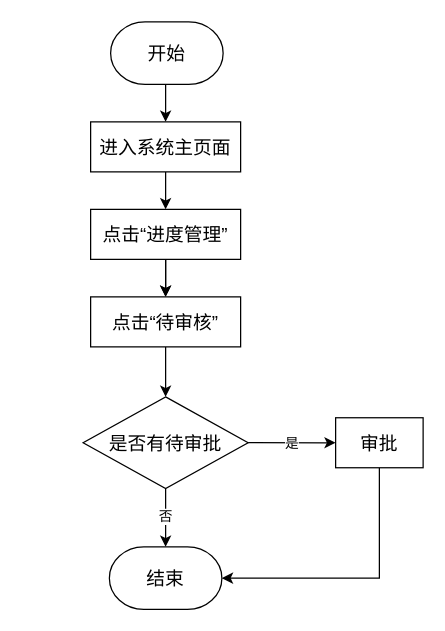
Above: 进度管理流程图.drawio in Sequin-hdd/COINFO (draw.io), before the change. Source tidied: cells renumbered, new cells numbered last; positions are measured from the earlier drawing's top-left corner, leaving out a move shared by most shapes. Both pictures are drawn from the tidied source at 125%, with x=0, y=0 at pixel (82, 21).
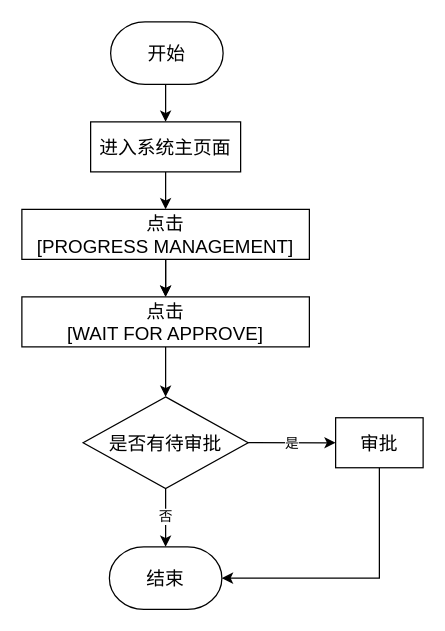
After the change.

Commit message:
更新进度管理流程图.drawio

What changed in the source:
```diff
@@
 <mxGraphModel>
   <root>
     <mxCell id="0" />
     <mxCell id="1" parent="0" />
     <mxCell id="2" style="edgeStyle=orthogonalEdgeStyle;rounded=0;jettySize=auto;html=1;exitX=0.5;exitY=1;exitDx=0;exitDy=0;exitPerimeter=0;entryX=0.5;entryY=0;entryDx=0;entryDy=0;" parent="1" edge="1" source="3" target="5">
       <mxGeometry relative="1" as="geometry" />
     </mxCell>
     <mxCell id="3" value="开始" style="strokeWidth=1;html=1;shape=mxgraph.flowchart.terminator;whiteSpace=wrap;rounded=1;glass=0;fontSize=15;" parent="1" vertex="1">
       <mxGeometry x="22" width="90" height="50" as="geometry" />
     </mxCell>
     <mxCell id="4" style="edgeStyle=orthogonalEdgeStyle;rounded=0;jettySize=auto;html=1;exitX=0.5;exitY=1;exitDx=0;exitDy=0;" parent="1" edge="1" source="5" target="8">
       <mxGeometry relative="1" as="geometry" />
     </mxCell>
     <mxCell id="5" value="&lt;font style=&quot;font-size: 15px&quot;&gt;进入系统主页面&lt;/font&gt;" style="rounded=0;whiteSpace=wrap;html=1;" parent="1" vertex="1">
       <mxGeometry x="6" y="80" width="120" height="40" as="geometry" />
     </mxCell>
     <mxCell id="6" style="edgeStyle=orthogonalEdgeStyle;rounded=0;jettySize=auto;html=1;exitX=0.5;exitY=1;exitDx=0;exitDy=0;" parent="1" edge="1" source="8" target="10">
       <mxGeometry relative="1" as="geometry" />
     </mxCell>
     <mxCell id="7" style="edgeStyle=orthogonalEdgeStyle;rounded=0;jettySize=auto;html=1;" parent="1" edge="1" source="8" target="10">
       <mxGeometry relative="1" as="geometry" />
     </mxCell>
-    <mxCell id="8" value="&lt;font style=&quot;font-size: 15px&quot;&gt;点击“进度管理”&lt;/font&gt;" style="rounded=0;whiteSpace=wrap;html=1;" parent="1" vertex="1">
-      <mxGeometry x="6" y="150" width="120" height="40" as="geometry" />
+    <mxCell id="8" value="&lt;font style=&quot;font-size: 15px&quot;&gt;点击&lt;br&gt;[PROGRESS MANAGEMENT]&lt;/font&gt;" style="rounded=0;whiteSpace=wrap;html=1;" parent="1" vertex="1">
+      <mxGeometry x="-49" y="150" width="230" height="40" as="geometry" />
     </mxCell>
     <mxCell id="9" style="edgeStyle=orthogonalEdgeStyle;rounded=0;jettySize=auto;html=1;exitX=0.5;exitY=1;exitDx=0;exitDy=0;entryX=0.5;entryY=0;entryDx=0;entryDy=0;" parent="1" edge="1" source="10" target="13">
       <mxGeometry relative="1" as="geometry" />
     </mxCell>
-    <mxCell id="10" value="&lt;font style=&quot;font-size: 15px&quot;&gt;点击“待审核”&lt;/font&gt;" style="rounded=0;whiteSpace=wrap;html=1;" parent="1" vertex="1">
-      <mxGeometry x="6" y="220" width="120" height="40" as="geometry" />
+    <mxCell id="10" value="&lt;font style=&quot;font-size: 15px&quot;&gt;点击&lt;br&gt;[WAIT FOR APPROVE]&lt;/font&gt;" style="rounded=0;whiteSpace=wrap;html=1;" parent="1" vertex="1">
+      <mxGeometry x="-49" y="220" width="230" height="40" as="geometry" />
     </mxCell>
     <mxCell id="11" value="否" style="edgeStyle=orthogonalEdgeStyle;rounded=0;jettySize=auto;html=1;exitX=0.5;exitY=1;exitDx=0;exitDy=0;" parent="1" edge="1" source="13" target="16">
       <mxGeometry relative="1" as="geometry" />
     </mxCell>
     <mxCell id="12" value="是" style="edgeStyle=orthogonalEdgeStyle;rounded=0;jettySize=auto;html=1;exitX=1;exitY=0.5;exitDx=0;exitDy=0;entryX=0;entryY=0.5;entryDx=0;entryDy=0;" parent="1" edge="1" source="13" target="15">
       <mxGeometry relative="1" as="geometry" />
     </mxCell>
     <mxCell id="13" value="&lt;span style=&quot;font-size: 15px&quot;&gt;是否有待审批&lt;/span&gt;" style="rhombus;whiteSpace=wrap;html=1;" parent="1" vertex="1">
       <mxGeometry y="300" width="132" height="73.3" as="geometry" />
     </mxCell>
     <mxCell id="14" style="edgeStyle=orthogonalEdgeStyle;rounded=0;jettySize=auto;html=1;exitX=0.5;exitY=1;exitDx=0;exitDy=0;entryX=1;entryY=0.5;entryDx=0;entryDy=0;entryPerimeter=0;" parent="1" edge="1" source="15" target="16">
       <mxGeometry relative="1" as="geometry" />
     </mxCell>
     <mxCell id="15" value="&lt;span style=&quot;font-size: 15px&quot;&gt;审批&lt;/span&gt;" style="rounded=0;whiteSpace=wrap;html=1;" parent="1" vertex="1">
       <mxGeometry x="202" y="316.7" width="70" height="40" as="geometry" />
     </mxCell>
     <mxCell id="16" value="结束" style="strokeWidth=1;html=1;shape=mxgraph.flowchart.terminator;whiteSpace=wrap;rounded=1;glass=0;fontSize=15;" parent="1" vertex="1">
       <mxGeometry x="21" y="420" width="90" height="50" as="geometry" />
     </mxCell>
   </root>
 </mxGraphModel>
```
